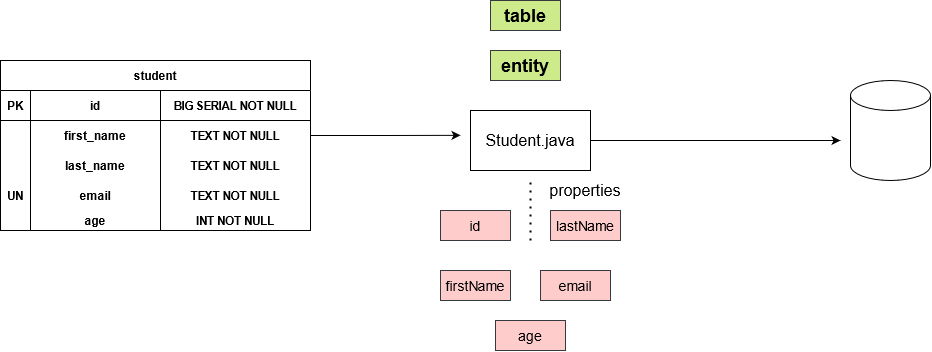
The draw.io diagram db_schema.png in ciurescuraul/SpringDataJPA, before a commit. Source tidied: cells renumbered, new cells last; positions are measured from the earlier drawing's top-left corner, leaving out a move shared by most shapes. The source it was exported from:
```xml
<mxGraphModel>
  <root>
    <mxCell id="0" />
    <mxCell id="1" parent="0" />
    <mxCell id="2" value="student" style="shape=table;startSize=30;rowLines=0;fontStyle=1;align=center;strokeWidth=1;gradientColor=none;" parent="1" vertex="1">
      <mxGeometry y="60" width="310" height="170" as="geometry" />
    </mxCell>
    <mxCell id="3" style="shape=partialRectangle;fillColor=none;top=0;left=0;bottom=1;right=0;" parent="2" vertex="1">
      <mxGeometry y="30" width="310" height="30" as="geometry" />
    </mxCell>
    <mxCell id="4" value="PK" style="shape=partialRectangle;fillColor=none;top=0;left=0;bottom=0;right=0;fontStyle=1;overflow=hidden;" parent="3" vertex="1">
      <mxGeometry width="30" height="30" as="geometry" />
    </mxCell>
    <mxCell id="5" value="id" style="shape=partialRectangle;fillColor=none;top=0;left=0;bottom=0;right=0;fontStyle=1;overflow=hidden;" parent="3" vertex="1">
      <mxGeometry x="30" width="130" height="30" as="geometry" />
    </mxCell>
    <mxCell id="6" value="BIG SERIAL NOT NULL" style="shape=partialRectangle;fillColor=none;top=0;left=0;bottom=0;right=0;fontStyle=1;overflow=hidden;" parent="3" vertex="1">
      <mxGeometry x="160" width="150" height="30" as="geometry" />
    </mxCell>
    <mxCell id="7" style="shape=partialRectangle;fillColor=none;top=0;left=0;bottom=0;right=0;points=[[0,0.5],[1,0.5]];portConstraint=eastwest;" parent="2" vertex="1">
      <mxGeometry y="60" width="310" height="30" as="geometry" />
    </mxCell>
    <mxCell id="8" style="shape=partialRectangle;fillColor=none;top=0;left=0;bottom=0;right=0;overflow=hidden;" parent="7" vertex="1">
      <mxGeometry width="30" height="30" as="geometry" />
    </mxCell>
    <mxCell id="9" value="first_name" style="shape=partialRectangle;fillColor=none;top=0;left=0;bottom=0;right=0;overflow=hidden;fontStyle=1;" parent="7" vertex="1">
      <mxGeometry x="30" width="130" height="30" as="geometry" />
    </mxCell>
    <mxCell id="10" value="TEXT NOT NULL" style="shape=partialRectangle;fillColor=none;top=0;left=0;bottom=0;right=0;overflow=hidden;fontStyle=1;" parent="7" vertex="1">
      <mxGeometry x="160" width="150" height="30" as="geometry" />
    </mxCell>
    <mxCell id="11" style="shape=partialRectangle;fillColor=none;top=0;left=0;bottom=0;right=0;" parent="2" vertex="1">
      <mxGeometry y="90" width="310" height="30" as="geometry" />
    </mxCell>
    <mxCell id="12" style="shape=partialRectangle;fillColor=none;top=0;left=0;bottom=0;right=0;overflow=hidden;fontStyle=1;" parent="11" vertex="1">
      <mxGeometry width="30" height="30" as="geometry" />
    </mxCell>
    <mxCell id="13" value="last_name" style="shape=partialRectangle;fillColor=none;top=0;left=0;bottom=0;right=0;overflow=hidden;fontStyle=1;" parent="11" vertex="1">
      <mxGeometry x="30" width="130" height="30" as="geometry" />
    </mxCell>
    <mxCell id="14" value="TEXT NOT NULL" style="shape=partialRectangle;fillColor=none;top=0;left=0;bottom=0;right=0;overflow=hidden;fontStyle=1;" parent="11" vertex="1">
      <mxGeometry x="160" width="150" height="30" as="geometry" />
    </mxCell>
    <mxCell id="15" style="shape=partialRectangle;fillColor=none;top=0;left=0;bottom=0;right=0;" parent="2" vertex="1">
      <mxGeometry y="120" width="310" height="30" as="geometry" />
    </mxCell>
    <mxCell id="16" value="UN" style="shape=partialRectangle;fillColor=none;top=0;left=0;bottom=0;right=0;overflow=hidden;fontStyle=1;" parent="15" vertex="1">
      <mxGeometry width="30" height="30" as="geometry" />
    </mxCell>
    <mxCell id="17" value="email" style="shape=partialRectangle;fillColor=none;top=0;left=0;bottom=0;right=0;overflow=hidden;fontStyle=1;" parent="15" vertex="1">
      <mxGeometry x="30" width="130" height="30" as="geometry" />
    </mxCell>
    <mxCell id="18" value="TEXT NOT NULL" style="shape=partialRectangle;fillColor=none;top=0;left=0;bottom=0;right=0;overflow=hidden;fontStyle=1;" parent="15" vertex="1">
      <mxGeometry x="160" width="150" height="30" as="geometry" />
    </mxCell>
    <mxCell id="19" style="shape=partialRectangle;fillColor=none;top=0;left=0;bottom=0;right=0;" parent="2" vertex="1">
      <mxGeometry y="150" width="310" height="20" as="geometry" />
    </mxCell>
    <mxCell id="20" style="shape=partialRectangle;fillColor=none;top=0;left=0;bottom=0;right=0;overflow=hidden;fontStyle=1;" parent="19" vertex="1">
      <mxGeometry width="30" height="20" as="geometry" />
    </mxCell>
    <mxCell id="21" value="age" style="shape=partialRectangle;fillColor=none;top=0;left=0;bottom=0;right=0;overflow=hidden;fontStyle=1;" parent="19" vertex="1">
      <mxGeometry x="30" width="130" height="20" as="geometry" />
    </mxCell>
    <mxCell id="22" value="INT NOT NULL" style="shape=partialRectangle;fillColor=none;top=0;left=0;bottom=0;right=0;overflow=hidden;fontStyle=1;" parent="19" vertex="1">
      <mxGeometry x="160" width="150" height="20" as="geometry" />
    </mxCell>
    <mxCell id="23" style="edgeStyle=orthogonalEdgeStyle;rounded=0;jettySize=auto;html=1;" parent="1" edge="1" source="24">
      <mxGeometry relative="1" as="geometry">
        <mxPoint x="840" y="140" as="targetPoint" />
      </mxGeometry>
    </mxCell>
    <mxCell id="24" value="&lt;font style=&quot;font-size: 16px&quot;&gt;Student.java&lt;/font&gt;" style="rounded=0;whiteSpace=wrap;html=1;strokeWidth=1;gradientColor=none;" parent="1" vertex="1">
      <mxGeometry x="470" y="110" width="120" height="60" as="geometry" />
    </mxCell>
    <mxCell id="25" style="shape=cylinder3;whiteSpace=wrap;html=1;boundedLbl=1;backgroundOutline=1;size=15;strokeWidth=1;gradientColor=none;" parent="1" vertex="1">
      <mxGeometry x="850" y="80" width="80" height="100" as="geometry" />
    </mxCell>
    <mxCell id="26" style="edgeStyle=orthogonalEdgeStyle;rounded=0;jettySize=auto;html=1;exitX=1;exitY=0.5;exitDx=0;exitDy=0;" parent="1" edge="1" source="7">
      <mxGeometry relative="1" as="geometry">
        <mxPoint x="460" y="134.8" as="targetPoint" />
      </mxGeometry>
    </mxCell>
    <mxCell id="27" value="&lt;b&gt;&lt;font style=&quot;font-size: 18px&quot;&gt;table&lt;/font&gt;&lt;/b&gt;" style="rounded=0;whiteSpace=wrap;html=1;strokeWidth=1;fillColor=#cdeb8b;strokeColor=#36393d;" parent="1" vertex="1">
      <mxGeometry x="490" width="70" height="30" as="geometry" />
    </mxCell>
    <mxCell id="28" value="&lt;b&gt;&lt;font style=&quot;font-size: 18px&quot;&gt;entity&lt;/font&gt;&lt;/b&gt;" style="rounded=0;whiteSpace=wrap;html=1;strokeWidth=1;fillColor=#cdeb8b;strokeColor=#36393d;" parent="1" vertex="1">
      <mxGeometry x="490" y="50" width="70" height="30" as="geometry" />
    </mxCell>
    <mxCell id="29" value="&lt;font style=&quot;font-size: 14px&quot;&gt;id&lt;/font&gt;" style="rounded=0;whiteSpace=wrap;html=1;strokeWidth=1;fillColor=#ffcccc;strokeColor=#36393d;" parent="1" vertex="1">
      <mxGeometry x="440" y="210" width="70" height="30" as="geometry" />
    </mxCell>
    <mxCell id="30" value="&lt;font style=&quot;font-size: 14px&quot;&gt;lastName&lt;/font&gt;" style="rounded=0;whiteSpace=wrap;html=1;strokeWidth=1;fillColor=#ffcccc;strokeColor=#36393d;" parent="1" vertex="1">
      <mxGeometry x="550" y="210" width="70" height="30" as="geometry" />
    </mxCell>
    <mxCell id="31" value="&lt;font style=&quot;font-size: 14px&quot;&gt;age&lt;/font&gt;" style="rounded=0;whiteSpace=wrap;html=1;strokeWidth=1;fillColor=#ffcccc;strokeColor=#36393d;" parent="1" vertex="1">
      <mxGeometry x="495" y="320" width="70" height="30" as="geometry" />
    </mxCell>
    <mxCell id="32" value="&lt;font style=&quot;font-size: 14px&quot;&gt;firstName&lt;/font&gt;" style="rounded=0;whiteSpace=wrap;html=1;strokeWidth=1;fillColor=#ffcccc;strokeColor=#36393d;" parent="1" vertex="1">
      <mxGeometry x="440" y="270" width="70" height="30" as="geometry" />
    </mxCell>
    <mxCell id="33" value="&lt;font style=&quot;font-size: 14px&quot;&gt;email&lt;/font&gt;" style="rounded=0;whiteSpace=wrap;html=1;strokeWidth=1;fillColor=#ffcccc;strokeColor=#36393d;" parent="1" vertex="1">
      <mxGeometry x="540" y="270" width="70" height="30" as="geometry" />
    </mxCell>
    <mxCell id="34" style="endArrow=none;dashed=1;html=1;dashPattern=1 3;strokeWidth=2;" parent="1" edge="1">
      <mxGeometry relative="1" as="geometry">
        <mxPoint x="530" y="240" as="sourcePoint" />
        <mxPoint x="530" y="180" as="targetPoint" />
      </mxGeometry>
    </mxCell>
    <mxCell id="35" value="&lt;font style=&quot;font-size: 16px&quot;&gt;properties&lt;/font&gt;" style="text;html=1;strokeColor=none;fillColor=none;align=center;verticalAlign=middle;whiteSpace=wrap;rounded=0;" parent="1" vertex="1">
      <mxGeometry x="565" y="180" width="40" height="20" as="geometry" />
    </mxCell>
  </root>
</mxGraphModel>
```
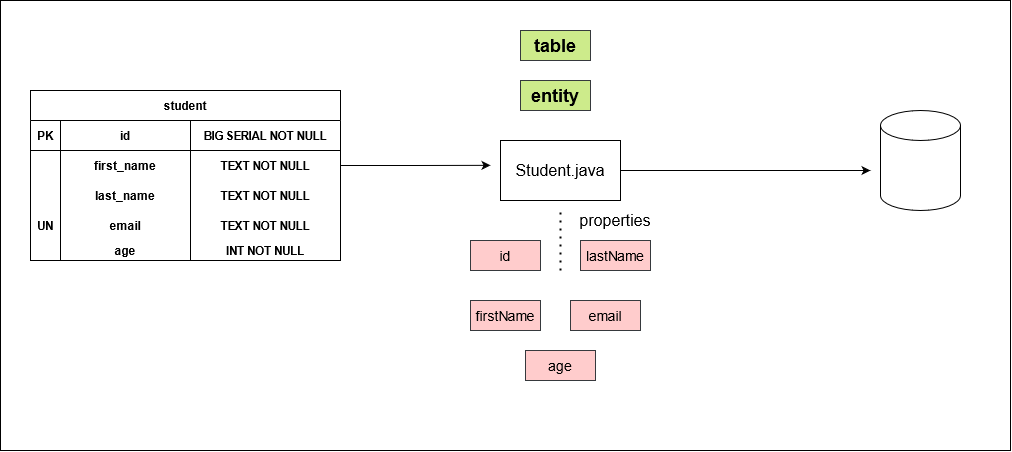
After the commit.

Change to the diagram source:
```diff
@@ -2,6 +2,9 @@
   <root>
     <mxCell id="0" />
     <mxCell id="1" parent="0" />
+    <mxCell id="36" style="rounded=0;whiteSpace=wrap;html=1;strokeWidth=1;gradientColor=none;" parent="1" vertex="1">
+      <mxGeometry x="-30" y="-30" width="1010" height="450" as="geometry" />
+    </mxCell>
     <mxCell id="2" value="student" style="shape=table;startSize=30;rowLines=0;fontStyle=1;align=center;strokeWidth=1;gradientColor=none;" parent="1" vertex="1">
       <mxGeometry y="60" width="310" height="170" as="geometry" />
     </mxCell>
```
